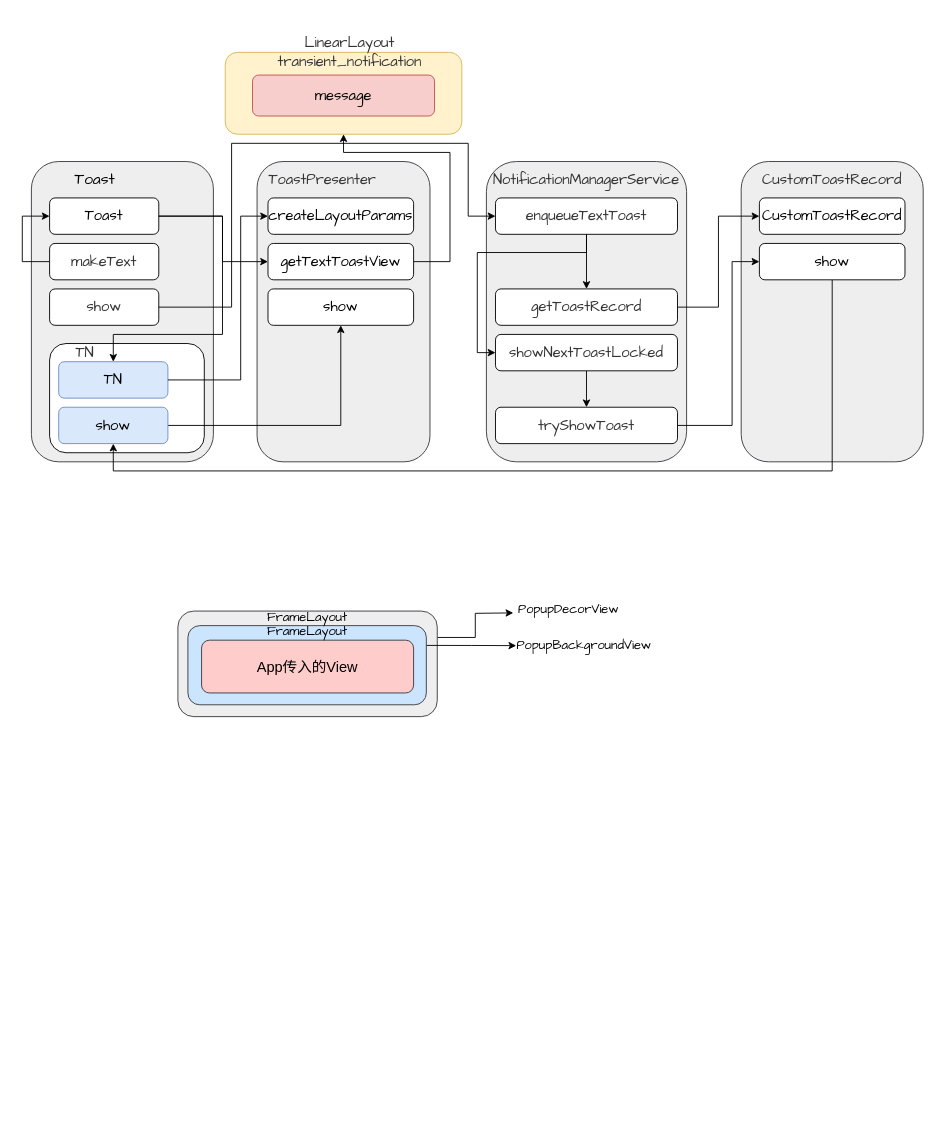
Before: page "第 22 页" (22 of 23) of window2.drawio in YangYang48/drawio, a draw.io diagram. Source tidied: cells renumbered, new cells numbered last; positions are measured from the earlier drawing's top-left corner, leaving out a move shared by most shapes. Both pictures are drawn from the tidied source at 91%, with x=0, y=0 at pixel (22, 15).
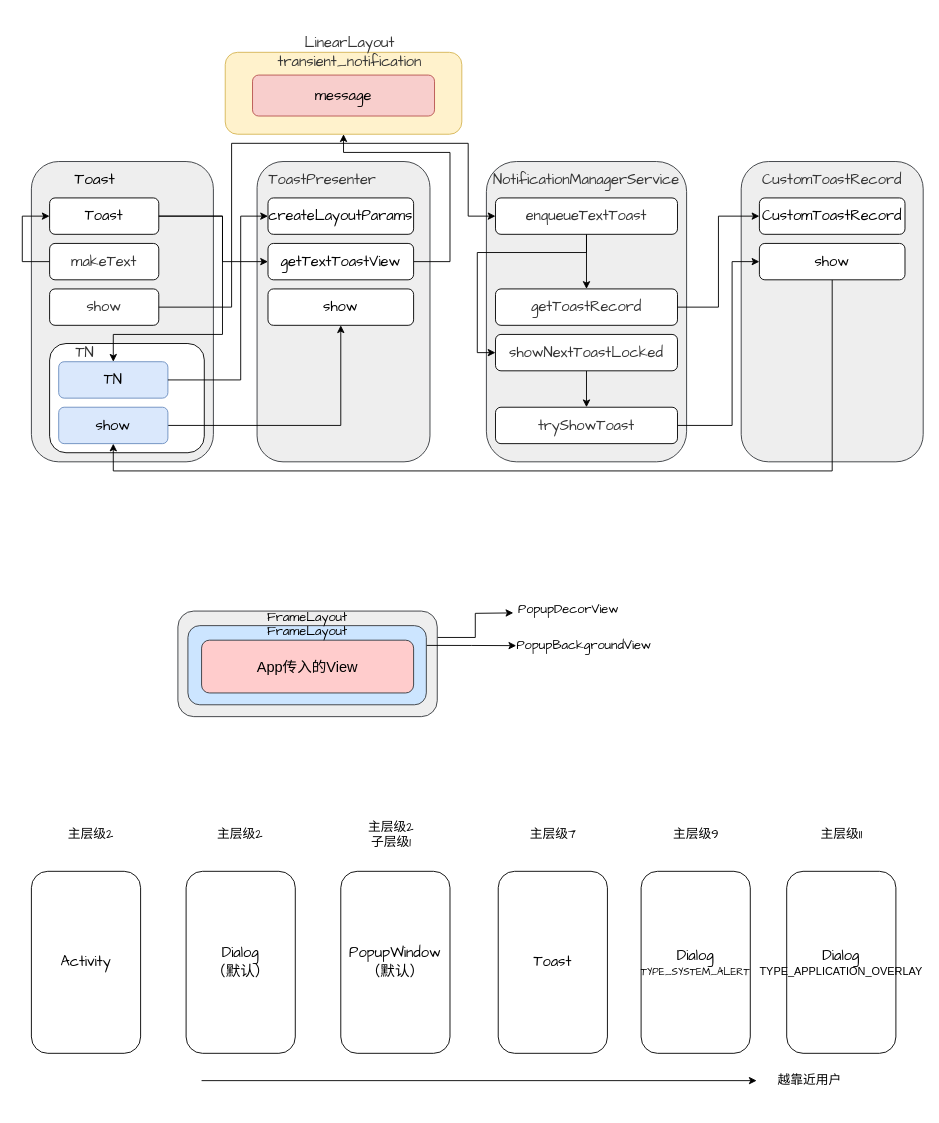
The same diagram, later.

The edit, as a diff of the source:
```diff
@@
+    <mxCell id="52" value="&lt;font style=&quot;font-size: 16px;&quot;&gt;Activity&lt;/font&gt;" style="rounded=1;whiteSpace=wrap;html=1;fontFamily=Comic Sans MS;fontSize=16;" parent="1" vertex="1">
+      <mxGeometry x="10" y="940" width="120" height="200" as="geometry" />
+    </mxCell>
+    <mxCell id="53" value="&lt;font style=&quot;font-size: 16px;&quot; face=&quot;Comic Sans MS&quot;&gt;Dialog&lt;br&gt;（默认）&lt;/font&gt;" style="rounded=1;whiteSpace=wrap;html=1;" parent="1" vertex="1">
+      <mxGeometry x="180" y="940" width="120" height="200" as="geometry" />
+    </mxCell>
+    <mxCell id="54" value="&lt;font style=&quot;font-size: 16px;&quot; face=&quot;Comic Sans MS&quot;&gt;PopupWindow&lt;br&gt;（默认）&lt;/font&gt;" style="rounded=1;whiteSpace=wrap;html=1;" parent="1" vertex="1">
+      <mxGeometry x="350" y="940" width="120" height="200" as="geometry" />
+    </mxCell>
+    <mxCell id="55" value="&lt;font style=&quot;font-size: 16px;&quot; face=&quot;Comic Sans MS&quot;&gt;Toast&lt;/font&gt;" style="rounded=1;whiteSpace=wrap;html=1;" parent="1" vertex="1">
+      <mxGeometry x="523" y="940" width="120" height="200" as="geometry" />
+    </mxCell>
+    <mxCell id="56" value="&lt;font style=&quot;font-size: 11px;&quot; face=&quot;Comic Sans MS&quot;&gt;&lt;font style=&quot;font-size: 16px;&quot;&gt;Dialog&lt;/font&gt;&lt;br&gt;TYPE_SYSTEM_ALERT&lt;/font&gt;" style="rounded=1;whiteSpace=wrap;html=1;" parent="1" vertex="1">
+      <mxGeometry x="680" y="940" width="120" height="200" as="geometry" />
+    </mxCell>
+    <mxCell id="57" value="主层级2" style="rounded=1;whiteSpace=wrap;html=1;fontSize=14;fontFamily=Comic Sans MS;fillColor=none;strokeColor=none;" parent="1" vertex="1">
+      <mxGeometry x="33" y="870" width="85" height="60" as="geometry" />
+    </mxCell>
+    <mxCell id="58" value="主层级2" style="rounded=1;whiteSpace=wrap;html=1;fontSize=14;fontFamily=Comic Sans MS;fillColor=none;strokeColor=none;" parent="1" vertex="1">
+      <mxGeometry x="197" y="870" width="85" height="60" as="geometry" />
+    </mxCell>
+    <mxCell id="59" value="主层级2&lt;br&gt;子层级1" style="rounded=1;whiteSpace=wrap;html=1;fontSize=14;fontFamily=Comic Sans MS;fillColor=none;strokeColor=none;" parent="1" vertex="1">
+      <mxGeometry x="363" y="870" width="85" height="60" as="geometry" />
+    </mxCell>
+    <mxCell id="60" value="主层级7" style="rounded=1;whiteSpace=wrap;html=1;fontSize=14;fontFamily=Comic Sans MS;fillColor=none;strokeColor=none;" parent="1" vertex="1">
+      <mxGeometry x="540.5" y="870" width="85" height="60" as="geometry" />
+    </mxCell>
+    <mxCell id="61" value="主层级9" style="rounded=1;whiteSpace=wrap;html=1;fontSize=14;fontFamily=Comic Sans MS;fillColor=none;strokeColor=none;" parent="1" vertex="1">
+      <mxGeometry x="697.5" y="870" width="85" height="60" as="geometry" />
+    </mxCell>
+    <mxCell id="62" value="&lt;font style=&quot;font-size: 11px;&quot; face=&quot;Comic Sans MS&quot;&gt;&lt;font style=&quot;font-size: 16px;&quot;&gt;Dialog&lt;/font&gt;&lt;br&gt;&lt;/font&gt;TYPE_APPLICATION_OVERLAY&lt;font style=&quot;font-size: 11px;&quot; face=&quot;Comic Sans MS&quot;&gt;&lt;br&gt;&lt;/font&gt;" style="rounded=1;whiteSpace=wrap;html=1;" parent="1" vertex="1">
+      <mxGeometry x="840" y="940" width="120" height="200" as="geometry" />
+    </mxCell>
+    <mxCell id="63" value="主层级11" style="rounded=1;whiteSpace=wrap;html=1;fontSize=14;fontFamily=Comic Sans MS;fillColor=none;strokeColor=none;" parent="1" vertex="1">
+      <mxGeometry x="857.5" y="870" width="85" height="60" as="geometry" />
+    </mxCell>
+    <mxCell id="64" style="endArrow=classic;html=1;rounded=0;" parent="1" edge="1">
+      <mxGeometry relative="1" as="geometry">
+        <mxPoint x="197" y="1170" as="sourcePoint" />
+        <mxPoint x="807" y="1170" as="targetPoint" />
+      </mxGeometry>
+    </mxCell>
+    <mxCell id="65" value="越靠近用户" style="rounded=1;whiteSpace=wrap;html=1;fontSize=14;fontFamily=Comic Sans MS;fillColor=none;strokeColor=none;" parent="1" vertex="1">
+      <mxGeometry x="823" y="1140" width="85" height="60" as="geometry" />
+    </mxCell>
```
